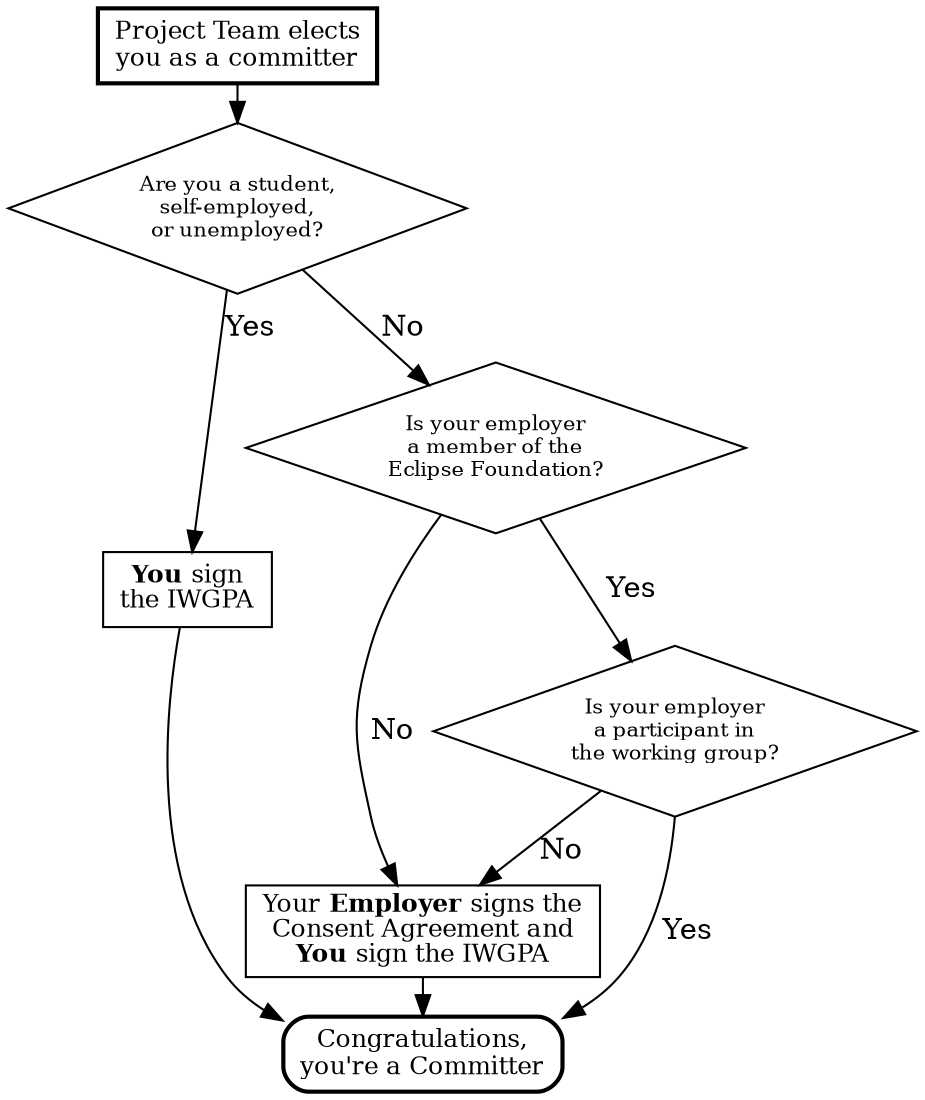
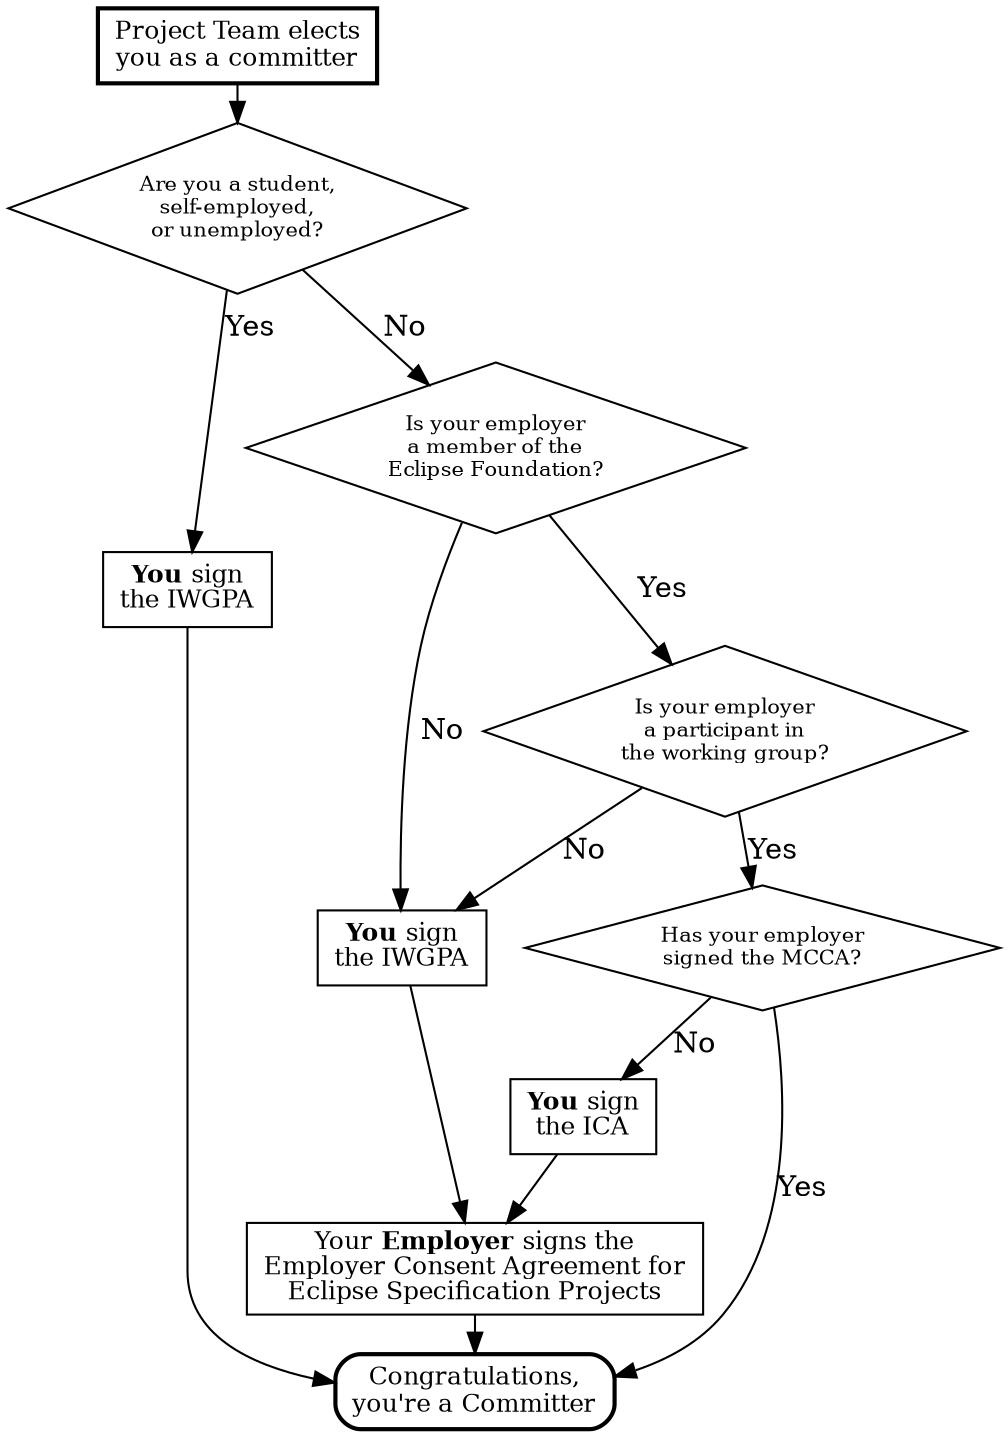
digraph {
	// Graph properties
	bgcolor=transparent

    graph [ranksep="0.25", nodesep="0.25"]

	// Nodes that define the key points in the process
	node [shape=box;style=filled;fillcolor=white;fontsize=12;group=g1]

	start [label="Project Team elects\nyou as a committer"; style="filled,bold"];
	iwgpa [label=<<b>You</b> sign<br/>the IWGPA>];
- 	consent_and_iwgpa [label=<Your <b>Employer</b> signs the<br/>Consent Agreement and<br/><b>You</b> sign the IWGPA>];
+ 	consent [label=<Your <b>Employer</b> signs the<br/>Employer Consent Agreement for<br/>Eclipse Specification Projects>];
+ 	ica [label=<<b>You</b> sign<br/>the ICA>];
+ 	employed_iwgpa [label=<<b>You</b> sign<br/>the IWGPA>];
	final [label="Congratulations,\nyou're a Committer"; style="rounded,filled,bold"];

	node [shape=diamond;style=filled;fillcolor=white;fontsize=10;group=g1];

	is_self_employed [label="Are you a student,\nself-employed,\nor unemployed?"];
	is_member [label="Is your employer\na member of the\nEclipse Foundation?"];
	is_participant [label="Is your employer\na participant in\nthe working group?"];
+ 	has_mcca [label="Has your employer\nsigned the MCCA?"];

	start -> is_self_employed;
	is_self_employed -> is_member [label="No"];
	is_self_employed -> iwgpa [label="Yes"];
	iwgpa -> final;

	is_member -> is_participant [label="Yes"];
- 	is_member -> consent_and_iwgpa [label="No"];
+ 	is_member -> employed_iwgpa [label="No"];

- 	is_participant -> final [label="Yes"];
- 	is_participant -> consent_and_iwgpa [label="No"];
+ 	employed_iwgpa -> consent;
+ 	ica -> consent;

- 	consent_and_iwgpa -> final;
+ 	is_participant -> has_mcca [label="Yes"];
+ 	is_participant -> employed_iwgpa [label="No"];
+ 
+ 	has_mcca -> final [label="Yes"];
+ 	has_mcca -> ica [label="No"];
+ 
+ 	consent -> final;
}